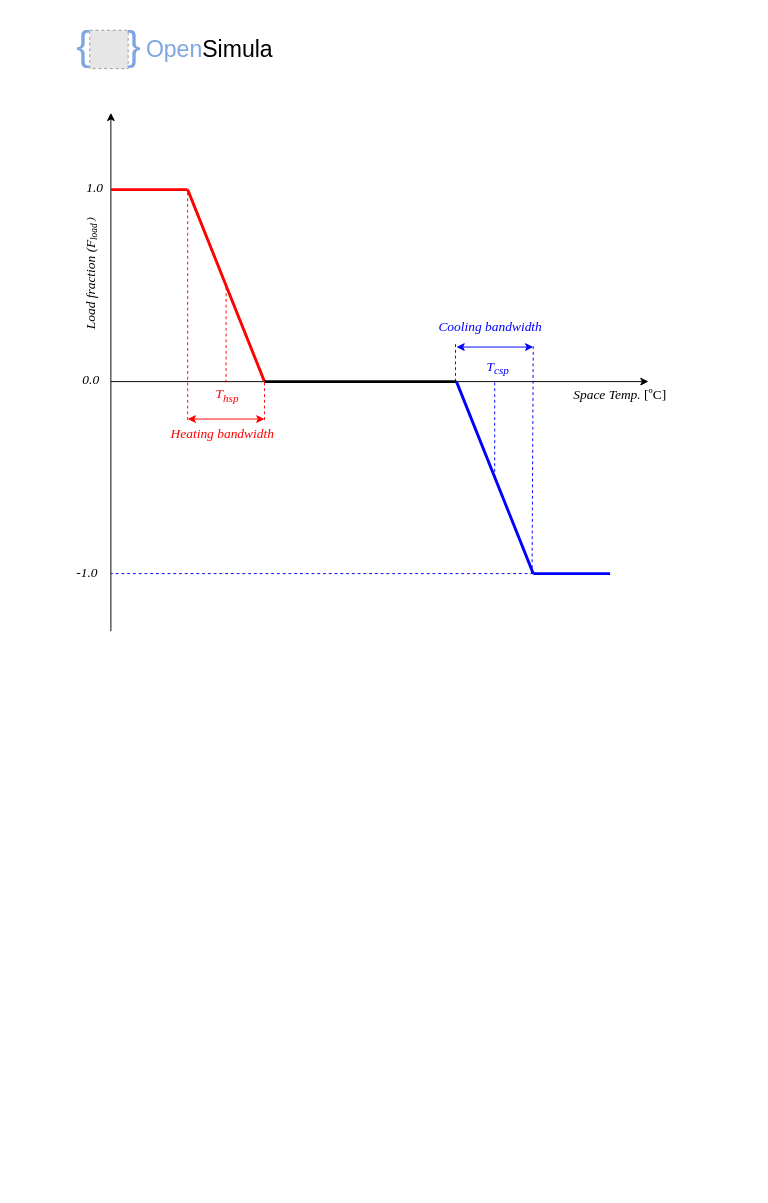
Before: mkdocs/draws/HVAC_draws.drawio in jfCoronel/OpenSimula, a draw.io diagram. Source tidied: cells renumbered, new cells numbered last; positions are measured from the earlier drawing's top-left corner, leaving out a move shared by most shapes. Both pictures are drawn from the tidied source at 96%, with x=0, y=0 at pixel (25, 16). Pictures stored in the file or linked from it are replaced by grey dashed boxes.
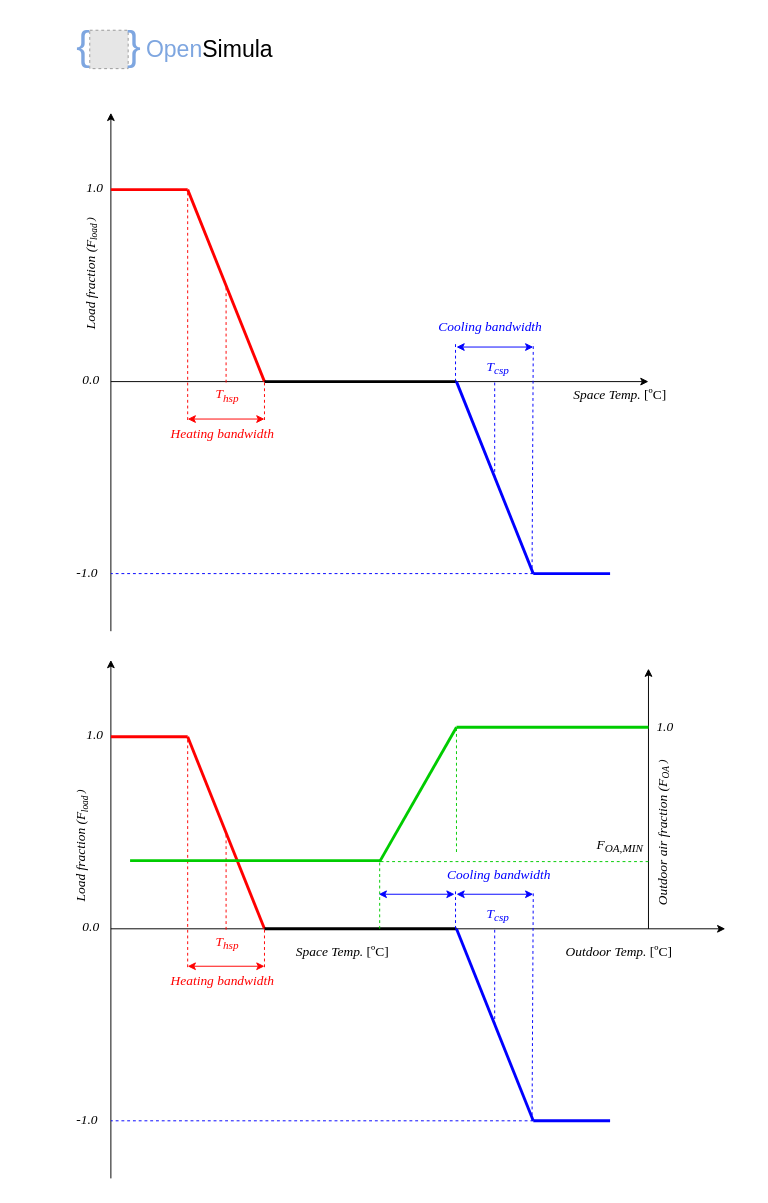
Above is the later version.

Commit message (it also covers changes not shown here):
HVAC_DX_system economizer

What changed in the source:
```diff
@@
+    <mxCell id="31" style="endArrow=classic;html=1;rounded=0;" parent="1" edge="1">
+      <mxGeometry relative="1" as="geometry">
+        <mxPoint x="89" y="950" as="sourcePoint" />
+        <mxPoint x="729" y="950" as="targetPoint" />
+      </mxGeometry>
+    </mxCell>
+    <mxCell id="32" style="endArrow=classic;html=1;rounded=0;" parent="1" edge="1">
+      <mxGeometry relative="1" as="geometry">
+        <mxPoint x="89" y="1210" as="sourcePoint" />
+        <mxPoint x="89" y="670" as="targetPoint" />
+      </mxGeometry>
+    </mxCell>
+    <mxCell id="33" style="endArrow=none;dashed=1;html=1;rounded=0;strokeColor=#0000FF;" parent="1" edge="1">
+      <mxGeometry relative="1" as="geometry">
+        <mxPoint x="488.8" y="1050" as="sourcePoint" />
+        <mxPoint x="488.8" y="950" as="targetPoint" />
+      </mxGeometry>
+    </mxCell>
+    <mxCell id="34" style="endArrow=none;dashed=1;html=1;rounded=0;strokeColor=#0000FF;exitX=0.836;exitY=0.003;exitDx=0;exitDy=0;exitPerimeter=0;" parent="1" edge="1">
+      <mxGeometry relative="1" as="geometry">
+        <mxPoint x="527.7" y="1150.1" as="sourcePoint" />
+        <mxPoint x="529" y="910" as="targetPoint" />
+      </mxGeometry>
+    </mxCell>
+    <mxCell id="35" style="endArrow=none;dashed=1;html=1;rounded=0;strokeColor=#FF0000;" parent="1" edge="1">
+      <mxGeometry relative="1" as="geometry">
+        <mxPoint x="209" y="951" as="sourcePoint" />
+        <mxPoint x="209" y="850" as="targetPoint" />
+      </mxGeometry>
+    </mxCell>
+    <mxCell id="36" style="endArrow=none;dashed=1;html=1;rounded=0;strokeColor=#FF0000;" parent="1" edge="1">
+      <mxGeometry relative="1" as="geometry">
+        <mxPoint x="169" y="990" as="sourcePoint" />
+        <mxPoint x="169" y="751" as="targetPoint" />
+      </mxGeometry>
+    </mxCell>
+    <mxCell id="37" style="endArrow=none;html=1;rounded=0;strokeWidth=3;strokeColor=#FF0000;" parent="1" edge="1">
+      <mxGeometry relative="1" as="geometry">
+        <mxPoint x="89" y="750" as="sourcePoint" />
+        <mxPoint x="169" y="750" as="targetPoint" />
+      </mxGeometry>
+    </mxCell>
+    <mxCell id="38" style="endArrow=none;html=1;rounded=0;strokeWidth=3;strokeColor=#FF0000;" parent="1" edge="1">
+      <mxGeometry relative="1" as="geometry">
+        <mxPoint x="169" y="750" as="sourcePoint" />
+        <mxPoint x="249" y="950" as="targetPoint" />
+      </mxGeometry>
+    </mxCell>
+    <mxCell id="39" style="endArrow=none;html=1;rounded=0;strokeWidth=3;" parent="1" edge="1">
+      <mxGeometry relative="1" as="geometry">
+        <mxPoint x="449" y="950" as="sourcePoint" />
+        <mxPoint x="249" y="950" as="targetPoint" />
+      </mxGeometry>
+    </mxCell>
+    <mxCell id="40" style="endArrow=none;html=1;rounded=0;strokeWidth=3;strokeColor=#0000FF;" parent="1" edge="1">
+      <mxGeometry relative="1" as="geometry">
+        <mxPoint x="529" y="1150" as="sourcePoint" />
+        <mxPoint x="449" y="950" as="targetPoint" />
+      </mxGeometry>
+    </mxCell>
+    <mxCell id="41" style="endArrow=none;html=1;rounded=0;strokeWidth=3;strokeColor=#0000FF;" parent="1" edge="1">
+      <mxGeometry relative="1" as="geometry">
+        <mxPoint x="529" y="1150" as="sourcePoint" />
+        <mxPoint x="609" y="1150" as="targetPoint" />
+      </mxGeometry>
+    </mxCell>
+    <mxCell id="42" value="&lt;font face=&quot;Times New Roman&quot; style=&quot;font-size: 14px;&quot;&gt;&lt;i style=&quot;&quot;&gt;T&lt;sub style=&quot;&quot;&gt;csp&lt;/sub&gt;&lt;/i&gt;&lt;/font&gt;" style="text;html=1;align=center;verticalAlign=middle;strokeColor=none;fillColor=none;fontColor=#0000FF;" parent="1" vertex="1">
+      <mxGeometry x="467" y="921" width="50" height="30" as="geometry" />
+    </mxCell>
+    <mxCell id="43" value="&lt;font face=&quot;Times New Roman&quot;&gt;&lt;span style=&quot;font-size: 14px;&quot;&gt;&lt;i&gt;Space Temp. &lt;/i&gt;[ºC]&lt;/span&gt;&lt;/font&gt;" style="text;html=1;align=center;verticalAlign=middle;strokeColor=none;fillColor=none;" parent="1" vertex="1">
+      <mxGeometry x="270" y="960" width="120" height="30" as="geometry" />
+    </mxCell>
+    <mxCell id="44" value="&lt;font style=&quot;font-size: 14px;&quot; face=&quot;Times New Roman&quot;&gt;&lt;i style=&quot;&quot;&gt;T&lt;sub style=&quot;&quot;&gt;hsp&lt;/sub&gt;&lt;/i&gt;&lt;/font&gt;" style="text;html=1;align=center;verticalAlign=middle;strokeColor=none;fillColor=none;fontColor=#FF0000;" parent="1" vertex="1">
+      <mxGeometry x="185" y="950" width="50" height="30" as="geometry" />
+    </mxCell>
+    <mxCell id="45" style="endArrow=classic;startArrow=classic;html=1;rounded=0;fontColor=#FF0000;strokeColor=#FF0000;" parent="1" edge="1">
+      <mxGeometry relative="1" as="geometry">
+        <mxPoint x="169" y="989" as="sourcePoint" />
+        <mxPoint x="249" y="989" as="targetPoint" />
+      </mxGeometry>
+    </mxCell>
+    <mxCell id="46" style="endArrow=none;dashed=1;html=1;rounded=0;strokeColor=#FF0000;" parent="1" edge="1">
+      <mxGeometry relative="1" as="geometry">
+        <mxPoint x="249" y="990" as="sourcePoint" />
+        <mxPoint x="249" y="950" as="targetPoint" />
+      </mxGeometry>
+    </mxCell>
+    <mxCell id="47" value="&lt;font face=&quot;Times New Roman&quot;&gt;&lt;span style=&quot;font-size: 14px;&quot;&gt;&lt;i&gt;Heating bandwidth&lt;/i&gt;&lt;/span&gt;&lt;/font&gt;" style="text;html=1;align=center;verticalAlign=middle;strokeColor=none;fillColor=none;fontColor=#FF0000;" parent="1" vertex="1">
+      <mxGeometry x="140" y="990" width="130" height="30" as="geometry" />
+    </mxCell>
+    <mxCell id="48" style="endArrow=classic;startArrow=classic;html=1;rounded=0;fontColor=#0000FF;strokeColor=#0000FF;" parent="1" edge="1">
+      <mxGeometry relative="1" as="geometry">
+        <mxPoint x="449" y="914" as="sourcePoint" />
+        <mxPoint x="529" y="914" as="targetPoint" />
+      </mxGeometry>
+    </mxCell>
+    <mxCell id="49" value="&lt;font face=&quot;Times New Roman&quot;&gt;&lt;span style=&quot;font-size: 14px;&quot;&gt;&lt;i&gt;Cooling bandwidth&lt;/i&gt;&lt;/span&gt;&lt;/font&gt;" style="text;html=1;align=center;verticalAlign=middle;strokeColor=none;fillColor=none;fontColor=#0000FF;" parent="1" vertex="1">
+      <mxGeometry x="428" y="880" width="130" height="30" as="geometry" />
+    </mxCell>
+    <mxCell id="50" style="endArrow=none;dashed=1;html=1;rounded=0;strokeColor=#0000FF;" parent="1" edge="1">
+      <mxGeometry relative="1" as="geometry">
+        <mxPoint x="448" y="950" as="sourcePoint" />
+        <mxPoint x="448" y="910" as="targetPoint" />
+      </mxGeometry>
+    </mxCell>
+    <mxCell id="51" value="&lt;font face=&quot;Times New Roman&quot;&gt;&lt;span style=&quot;font-size: 14px;&quot;&gt;&lt;i&gt;1.0&lt;/i&gt;&lt;/span&gt;&lt;/font&gt;" style="text;html=1;align=center;verticalAlign=middle;strokeColor=none;fillColor=none;" parent="1" vertex="1">
+      <mxGeometry x="52" y="734" width="40" height="30" as="geometry" />
+    </mxCell>
+    <mxCell id="52" value="&lt;font face=&quot;Times New Roman&quot;&gt;&lt;span style=&quot;font-size: 14px;&quot;&gt;&lt;i&gt;0.0&lt;/i&gt;&lt;/span&gt;&lt;/font&gt;" style="text;html=1;align=center;verticalAlign=middle;strokeColor=none;fillColor=none;" parent="1" vertex="1">
+      <mxGeometry x="48" y="934" width="40" height="30" as="geometry" />
+    </mxCell>
+    <mxCell id="53" value="&lt;font face=&quot;Times New Roman&quot;&gt;&lt;span style=&quot;font-size: 14px;&quot;&gt;&lt;i&gt;-1.0&lt;/i&gt;&lt;/span&gt;&lt;/font&gt;" style="text;html=1;align=center;verticalAlign=middle;points=[];strokeColor=none;fillColor=none;" parent="1" vertex="1">
+      <mxGeometry x="39" y="1135" width="50" height="30" as="geometry" />
+    </mxCell>
+    <mxCell id="54" style="endArrow=none;dashed=1;html=1;rounded=0;strokeColor=#0000FF;" parent="1" edge="1" target="53">
+      <mxGeometry relative="1" as="geometry">
+        <mxPoint x="529" y="1150" as="sourcePoint" />
+      </mxGeometry>
+    </mxCell>
+    <mxCell id="55" value="&lt;font face=&quot;Times New Roman&quot;&gt;&lt;i style=&quot;&quot;&gt;&lt;span style=&quot;font-size: 14px;&quot;&gt;Load fraction (F&lt;/span&gt;&lt;span style=&quot;font-size: 11.6667px;&quot;&gt;&lt;sub&gt;load&amp;nbsp;&lt;/sub&gt;)&lt;/span&gt;&lt;/i&gt;&lt;/font&gt;" style="text;html=1;align=center;verticalAlign=middle;strokeColor=none;fillColor=none;textDirection=vertical-lr;rotation=-180;" parent="1" vertex="1">
+      <mxGeometry x="-9.5" y="836" width="140" height="30" as="geometry" />
+    </mxCell>
+    <mxCell id="56" style="endArrow=classic;html=1;rounded=0;" parent="1" edge="1">
+      <mxGeometry relative="1" as="geometry">
+        <mxPoint x="649" y="950" as="sourcePoint" />
+        <mxPoint x="649" y="679" as="targetPoint" />
+      </mxGeometry>
+    </mxCell>
+    <mxCell id="57" value="&lt;font face=&quot;Times New Roman&quot;&gt;&lt;i style=&quot;&quot;&gt;&lt;span style=&quot;font-size: 14px;&quot;&gt;Outdoor air fraction (F&lt;/span&gt;&lt;span style=&quot;font-size: 11.6667px;&quot;&gt;&lt;sub&gt;OA&lt;/sub&gt;&amp;nbsp;)&lt;/span&gt;&lt;/i&gt;&lt;/font&gt;" style="text;html=1;align=center;verticalAlign=middle;strokeColor=none;fillColor=none;textDirection=vertical-rl;rotation=-180;" parent="1" vertex="1">
+      <mxGeometry x="576" y="823" width="180" height="30" as="geometry" />
+    </mxCell>
+    <mxCell id="58" style="endArrow=none;html=1;rounded=0;strokeWidth=3;strokeColor=#00CC00;" parent="1" edge="1">
+      <mxGeometry relative="1" as="geometry">
+        <mxPoint x="449" y="740" as="sourcePoint" />
+        <mxPoint x="649" y="740" as="targetPoint" />
+      </mxGeometry>
+    </mxCell>
+    <mxCell id="59" style="endArrow=none;html=1;rounded=0;strokeWidth=3;strokeColor=#00CC00;" parent="1" edge="1">
+      <mxGeometry relative="1" as="geometry">
+        <mxPoint x="369" y="880" as="sourcePoint" />
+        <mxPoint x="449" y="740" as="targetPoint" />
+      </mxGeometry>
+    </mxCell>
+    <mxCell id="60" style="endArrow=none;dashed=1;html=1;rounded=0;strokeColor=#00CC00;" parent="1" edge="1">
+      <mxGeometry relative="1" as="geometry">
+        <mxPoint x="369" y="950" as="sourcePoint" />
+        <mxPoint x="369" y="880" as="targetPoint" />
+      </mxGeometry>
+    </mxCell>
+    <mxCell id="61" style="endArrow=none;dashed=1;html=1;rounded=0;strokeColor=#00CC00;" parent="1" edge="1">
+      <mxGeometry relative="1" as="geometry">
+        <mxPoint x="449" y="870" as="sourcePoint" />
+        <mxPoint x="449" y="740" as="targetPoint" />
+      </mxGeometry>
+    </mxCell>
+    <mxCell id="62" style="endArrow=none;dashed=1;html=1;rounded=0;strokeColor=#00CC00;" parent="1" edge="1">
+      <mxGeometry relative="1" as="geometry">
+        <mxPoint x="649" y="880" as="sourcePoint" />
+        <mxPoint x="369" y="880" as="targetPoint" />
+      </mxGeometry>
+    </mxCell>
+    <mxCell id="63" style="endArrow=none;html=1;rounded=0;strokeWidth=3;strokeColor=#00CC00;" parent="1" edge="1">
+      <mxGeometry relative="1" as="geometry">
+        <mxPoint x="109" y="879" as="sourcePoint" />
+        <mxPoint x="370" y="879" as="targetPoint" />
+      </mxGeometry>
+    </mxCell>
+    <mxCell id="64" value="&lt;font face=&quot;Times New Roman&quot;&gt;&lt;span style=&quot;font-size: 14px;&quot;&gt;&lt;i&gt;F&lt;sub&gt;OA,MIN&lt;/sub&gt;&lt;/i&gt;&lt;/span&gt;&lt;/font&gt;" style="text;html=1;align=center;verticalAlign=middle;strokeColor=none;fillColor=none;" parent="1" vertex="1">
+      <mxGeometry x="584" y="849" width="70" height="30" as="geometry" />
+    </mxCell>
+    <mxCell id="65" value="&lt;font face=&quot;Times New Roman&quot;&gt;&lt;span style=&quot;font-size: 14px;&quot;&gt;&lt;i&gt;1.0&lt;/i&gt;&lt;/span&gt;&lt;/font&gt;" style="text;html=1;align=center;verticalAlign=middle;strokeColor=none;fillColor=none;" parent="1" vertex="1">
+      <mxGeometry x="646" y="725" width="40" height="30" as="geometry" />
+    </mxCell>
+    <mxCell id="66" style="endArrow=classic;startArrow=classic;html=1;rounded=0;fontColor=#0000FF;strokeColor=#0000FF;" parent="1" edge="1">
+      <mxGeometry relative="1" as="geometry">
+        <mxPoint x="368" y="914" as="sourcePoint" />
+        <mxPoint x="447" y="914" as="targetPoint" />
+      </mxGeometry>
+    </mxCell>
+    <mxCell id="67" value="&lt;font face=&quot;Times New Roman&quot;&gt;&lt;span style=&quot;font-size: 14px;&quot;&gt;&lt;i&gt;Outdoor Temp. &lt;/i&gt;[ºC]&lt;/span&gt;&lt;/font&gt;" style="text;html=1;align=center;verticalAlign=middle;strokeColor=none;fillColor=none;" parent="1" vertex="1">
+      <mxGeometry x="553" y="960" width="130" height="30" as="geometry" />
+    </mxCell>
```
